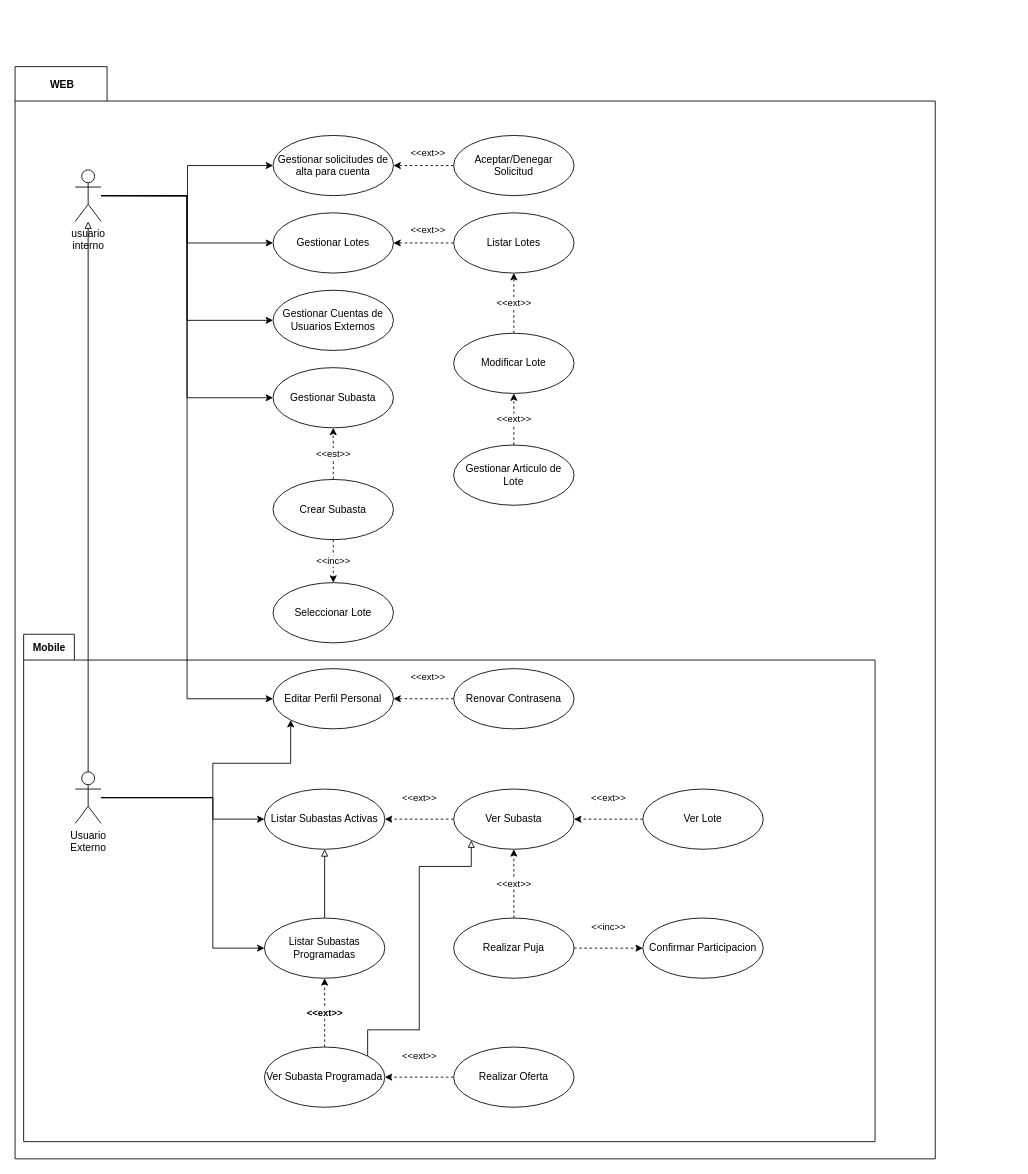
Above: UCSubastas.drawio in RobertoMarroquin/pm (draw.io), before the change. Source tidied: cells renumbered, new cells numbered last; positions are measured from the earlier drawing's top-left corner, leaving out a move shared by most shapes. Both pictures are drawn from the tidied source at 86%, with x=0, y=0 at pixel (15, 66).
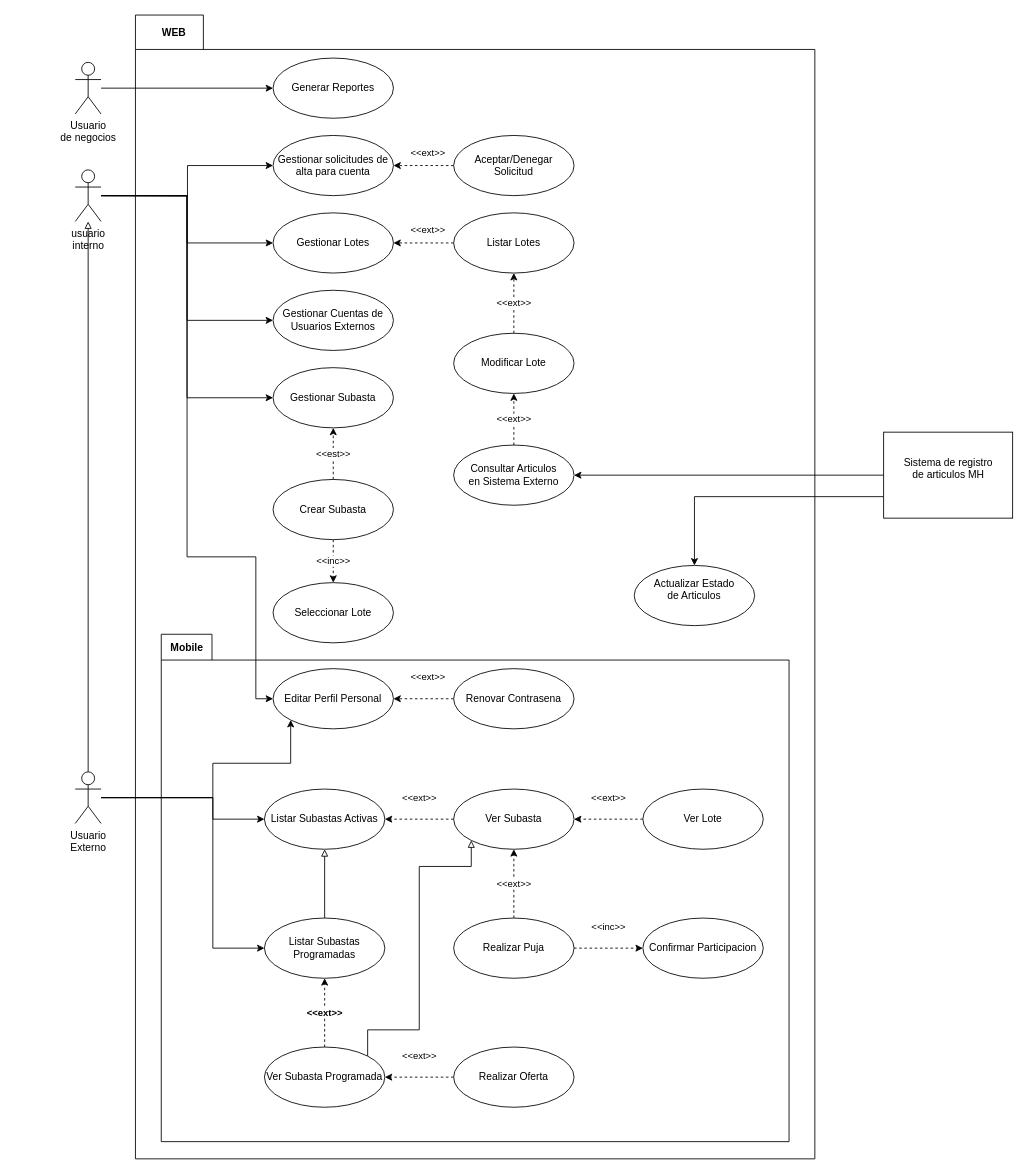
After the change.

The change refers to these unchanged cells:
```xml
<mxCell id="9" value="&lt;div&gt;usuario&lt;/div&gt;&lt;div&gt;interno&lt;br&gt;&lt;/div&gt;" style="shape=umlActor;verticalLabelPosition=bottom;verticalAlign=top;html=1;outlineConnect=0;" parent="1" vertex="1">
  <mxGeometry x="70" y="120" width="30" height="60" as="geometry" />
</mxCell>
<mxCell id="22" value="Editar Perfil Personal" style="ellipse;whiteSpace=wrap;html=1;" parent="1" vertex="1">
  <mxGeometry x="300" y="700" width="140" height="70" as="geometry" />
</mxCell>
```

What changed in the source:
```diff
@@
     <mxCell id="2" style="shape=folder;fontStyle=1;spacingTop=10;tabWidth=40;tabHeight=40;tabPosition=left;html=1;" parent="1" vertex="1">
-      <mxGeometry width="1070" height="1270" as="geometry" />
+      <mxGeometry x="140" y="-60" width="790" height="1330" as="geometry" />
     </mxCell>
     <mxCell id="3" style="shape=folder;fontStyle=1;spacingTop=10;tabWidth=40;tabHeight=30;tabPosition=left;html=1;" parent="1" vertex="1">
-      <mxGeometry x="10" y="660" width="990" height="590" as="geometry" />
+      <mxGeometry x="170" y="660" width="730" height="590" as="geometry" />
     </mxCell>
@@
     <mxCell id="7" style="edgeStyle=orthogonalEdgeStyle;rounded=0;jettySize=auto;html=1;entryX=0;entryY=0.5;entryDx=0;entryDy=0;" parent="1" edge="1" source="9" target="22">
-      <mxGeometry relative="1" as="geometry" />
+      <mxGeometry relative="1" as="geometry">
+        <Array as="points">
+          <mxPoint x="200" y="150" />
+          <mxPoint x="200" y="570" />
+          <mxPoint x="280" y="570" />
+          <mxPoint x="280" y="735" />
+        </Array>
+      </mxGeometry>
     </mxCell>
@@
-    <mxCell id="13" value="Gestionar Articulo de Lote" style="ellipse;whiteSpace=wrap;html=1;" parent="1" vertex="1">
+    <mxCell id="13" value="&lt;div&gt;Consultar Articulos&lt;/div&gt;&lt;div&gt;en Sistema Externo&lt;br&gt;&lt;/div&gt;" style="ellipse;whiteSpace=wrap;html=1;" parent="1" vertex="1">
       <mxGeometry x="510" y="440" width="140" height="70" as="geometry" />
     </mxCell>
@@
     <mxCell id="50" value="WEB" style="text;align=center;fontStyle=1;verticalAlign=middle;spacingLeft=3;spacingRight=3;strokeColor=none;" parent="1" vertex="1">
-      <mxGeometry width="110" height="40" as="geometry" />
+      <mxGeometry x="130" y="-60" width="110" height="40" as="geometry" />
     </mxCell>
     <mxCell id="51" value="Mobile" style="text;align=center;fontStyle=1;verticalAlign=middle;spacingLeft=3;spacingRight=3;strokeColor=none;" parent="1" vertex="1">
-      <mxGeometry x="10" y="660" width="60" height="30" as="geometry" />
+      <mxGeometry x="170" y="660" width="60" height="30" as="geometry" />
     </mxCell>
+    <mxCell id="52" style="edgeStyle=orthogonalEdgeStyle;rounded=0;jettySize=auto;html=1;" parent="1" edge="1" source="54" target="13">
+      <mxGeometry relative="1" as="geometry" />
+    </mxCell>
+    <mxCell id="53" style="edgeStyle=orthogonalEdgeStyle;rounded=0;jettySize=auto;html=1;entryX=0.5;entryY=0;entryDx=0;entryDy=0;" parent="1" edge="1" source="54" target="55">
+      <mxGeometry relative="1" as="geometry">
+        <Array as="points">
+          <mxPoint x="790" y="500" />
+        </Array>
+      </mxGeometry>
+    </mxCell>
+    <mxCell id="54" value="&lt;div&gt;Sistema de registro&lt;/div&gt;&lt;div&gt; de articulos MH&lt;br&gt;&lt;/div&gt;&lt;div&gt;&lt;br&gt;&lt;/div&gt;" style="html=1;" parent="1" vertex="1">
+      <mxGeometry x="1010" y="425" width="150" height="100" as="geometry" />
+    </mxCell>
+    <mxCell id="55" value="&lt;div&gt;Actualizar Estado&lt;/div&gt;&lt;div&gt;de Articulos&lt;/div&gt;&lt;div&gt;&amp;nbsp;&lt;br&gt;&lt;/div&gt;" style="ellipse;whiteSpace=wrap;html=1;" parent="1" vertex="1">
+      <mxGeometry x="720" y="580" width="140" height="70" as="geometry" />
+    </mxCell>
+    <mxCell id="56" value="Generar Reportes" style="ellipse;whiteSpace=wrap;html=1;" parent="1" vertex="1">
+      <mxGeometry x="300" y="-10" width="140" height="70" as="geometry" />
+    </mxCell>
+    <mxCell id="57" style="edgeStyle=orthogonalEdgeStyle;rounded=0;jettySize=auto;html=1;" parent="1" edge="1" source="58" target="56">
+      <mxGeometry relative="1" as="geometry" />
+    </mxCell>
+    <mxCell id="58" value="&lt;div&gt;Usuario &lt;br&gt;&lt;/div&gt;&lt;div&gt;de negocios&lt;/div&gt;" style="shape=umlActor;verticalLabelPosition=bottom;verticalAlign=top;html=1;" parent="1" vertex="1">
+      <mxGeometry x="70" y="-5" width="30" height="60" as="geometry" />
+    </mxCell>
```
